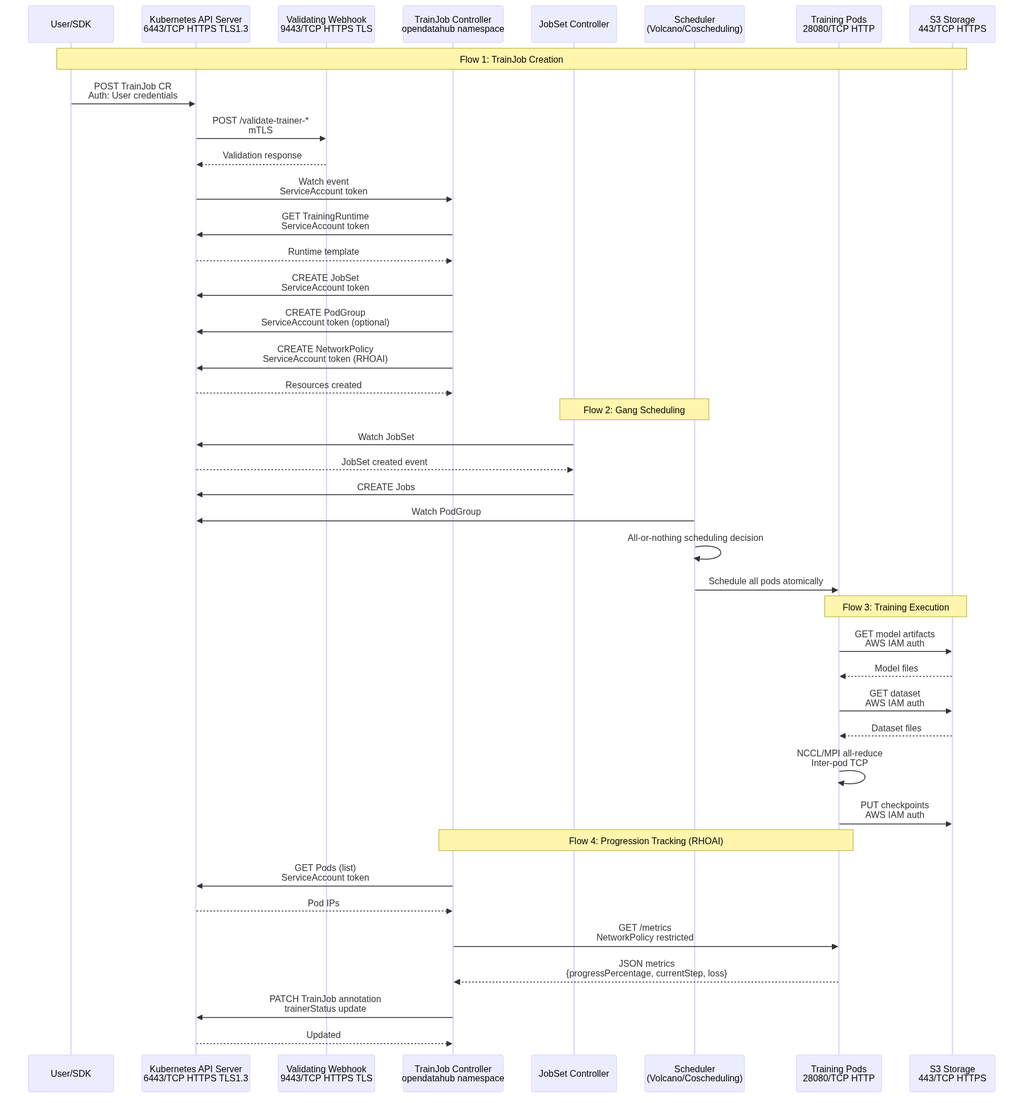
The Mermaid diagram architecture/rhoai-3.3.0/diagrams/trainer-dataflow.png in rhuss/architecture-context, before a commit. Its source is kept beside it as architecture/rhoai-3.3.0/diagrams/trainer-dataflow.mmd. The source it was exported from:
```mermaid
sequenceDiagram
    participant User as User/SDK
    participant API as Kubernetes API Server<br/>6443/TCP HTTPS TLS1.3
    participant Webhook as Validating Webhook<br/>9443/TCP HTTPS TLS
    participant Controller as TrainJob Controller<br/>opendatahub namespace
    participant JobSetCtl as JobSet Controller
    participant Scheduler as Scheduler<br/>(Volcano/Coscheduling)
    participant Pods as Training Pods<br/>28080/TCP HTTP
    participant Storage as S3 Storage<br/>443/TCP HTTPS

    Note over User,Storage: Flow 1: TrainJob Creation

    User->>API: POST TrainJob CR<br/>Auth: User credentials
    API->>Webhook: POST /validate-trainer-*<br/>mTLS
    Webhook-->>API: Validation response
    API->>Controller: Watch event<br/>ServiceAccount token
    Controller->>API: GET TrainingRuntime<br/>ServiceAccount token
    API-->>Controller: Runtime template
    Controller->>API: CREATE JobSet<br/>ServiceAccount token
    Controller->>API: CREATE PodGroup<br/>ServiceAccount token (optional)
    Controller->>API: CREATE NetworkPolicy<br/>ServiceAccount token (RHOAI)
    API-->>Controller: Resources created

    Note over JobSetCtl,Scheduler: Flow 2: Gang Scheduling

    JobSetCtl->>API: Watch JobSet
    API-->>JobSetCtl: JobSet created event
    JobSetCtl->>API: CREATE Jobs
    Scheduler->>API: Watch PodGroup
    Scheduler->>Scheduler: All-or-nothing scheduling decision
    Scheduler->>Pods: Schedule all pods atomically

    Note over Pods,Storage: Flow 3: Training Execution

    Pods->>Storage: GET model artifacts<br/>AWS IAM auth
    Storage-->>Pods: Model files
    Pods->>Storage: GET dataset<br/>AWS IAM auth
    Storage-->>Pods: Dataset files
    Pods->>Pods: NCCL/MPI all-reduce<br/>Inter-pod TCP
    Pods->>Storage: PUT checkpoints<br/>AWS IAM auth

    Note over Controller,Pods: Flow 4: Progression Tracking (RHOAI)

    Controller->>API: GET Pods (list)<br/>ServiceAccount token
    API-->>Controller: Pod IPs
    Controller->>Pods: GET /metrics<br/>NetworkPolicy restricted
    Pods-->>Controller: JSON metrics<br/>{progressPercentage, currentStep, loss}
    Controller->>API: PATCH TrainJob annotation<br/>trainerStatus update
    API-->>Controller: Updated
```
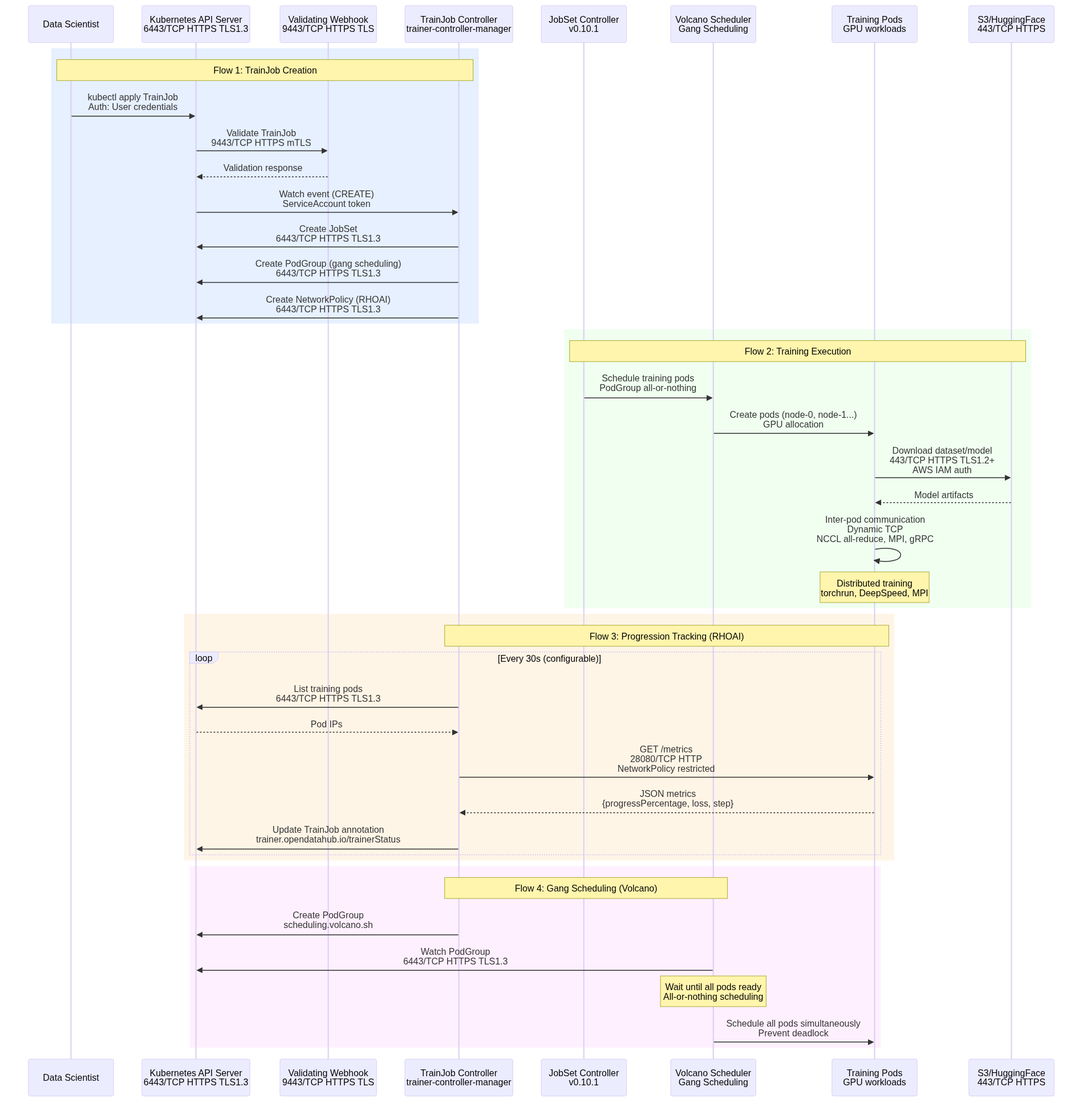
Above is the later version.

The edit, as a diff of the source:
```diff
@@ -1,49 +1,49 @@
 sequenceDiagram
-    participant User as User/SDK
+    participant User as Data Scientist
     participant API as Kubernetes API Server<br/>6443/TCP HTTPS TLS1.3
     participant Webhook as Validating Webhook<br/>9443/TCP HTTPS TLS
-    participant Controller as TrainJob Controller<br/>opendatahub namespace
-    participant JobSetCtl as JobSet Controller
-    participant Scheduler as Scheduler<br/>(Volcano/Coscheduling)
-    participant Pods as Training Pods<br/>28080/TCP HTTP
-    participant Storage as S3 Storage<br/>443/TCP HTTPS
+    participant Controller as TrainJob Controller<br/>trainer-controller-manager
+    participant JobSetCtrl as JobSet Controller<br/>v0.10.1
+    participant Scheduler as Volcano Scheduler<br/>Gang Scheduling
+    participant Pods as Training Pods<br/>GPU workloads
+    participant Storage as S3/HuggingFace<br/>443/TCP HTTPS
 
-    Note over User,Storage: Flow 1: TrainJob Creation
+    rect rgb(230, 240, 255)
+        Note over User,Controller: Flow 1: TrainJob Creation
+        User->>API: kubectl apply TrainJob<br/>Auth: User credentials
+        API->>Webhook: Validate TrainJob<br/>9443/TCP HTTPS mTLS
+        Webhook-->>API: Validation response
+        API->>Controller: Watch event (CREATE)<br/>ServiceAccount token
+        Controller->>API: Create JobSet<br/>6443/TCP HTTPS TLS1.3
+        Controller->>API: Create PodGroup (gang scheduling)<br/>6443/TCP HTTPS TLS1.3
+        Controller->>API: Create NetworkPolicy (RHOAI)<br/>6443/TCP HTTPS TLS1.3
+    end
 
-    User->>API: POST TrainJob CR<br/>Auth: User credentials
-    API->>Webhook: POST /validate-trainer-*<br/>mTLS
-    Webhook-->>API: Validation response
-    API->>Controller: Watch event<br/>ServiceAccount token
-    Controller->>API: GET TrainingRuntime<br/>ServiceAccount token
-    API-->>Controller: Runtime template
-    Controller->>API: CREATE JobSet<br/>ServiceAccount token
-    Controller->>API: CREATE PodGroup<br/>ServiceAccount token (optional)
-    Controller->>API: CREATE NetworkPolicy<br/>ServiceAccount token (RHOAI)
-    API-->>Controller: Resources created
+    rect rgb(240, 255, 240)
+        Note over JobSetCtrl,Storage: Flow 2: Training Execution
+        JobSetCtrl->>Scheduler: Schedule training pods<br/>PodGroup all-or-nothing
+        Scheduler->>Pods: Create pods (node-0, node-1...)<br/>GPU allocation
+        Pods->>Storage: Download dataset/model<br/>443/TCP HTTPS TLS1.2+<br/>AWS IAM auth
+        Storage-->>Pods: Model artifacts
+        Pods->>Pods: Inter-pod communication<br/>Dynamic TCP<br/>NCCL all-reduce, MPI, gRPC
+        Note over Pods: Distributed training<br/>torchrun, DeepSpeed, MPI
+    end
 
-    Note over JobSetCtl,Scheduler: Flow 2: Gang Scheduling
+    rect rgb(255, 245, 230)
+        Note over Controller,Pods: Flow 3: Progression Tracking (RHOAI)
+        loop Every 30s (configurable)
+            Controller->>API: List training pods<br/>6443/TCP HTTPS TLS1.3
+            API-->>Controller: Pod IPs
+            Controller->>Pods: GET /metrics<br/>28080/TCP HTTP<br/>NetworkPolicy restricted
+            Pods-->>Controller: JSON metrics<br/>{progressPercentage, loss, step}
+            Controller->>API: Update TrainJob annotation<br/>trainer.opendatahub.io/trainerStatus
+        end
+    end
 
-    JobSetCtl->>API: Watch JobSet
-    API-->>JobSetCtl: JobSet created event
-    JobSetCtl->>API: CREATE Jobs
-    Scheduler->>API: Watch PodGroup
-    Scheduler->>Scheduler: All-or-nothing scheduling decision
-    Scheduler->>Pods: Schedule all pods atomically
-
-    Note over Pods,Storage: Flow 3: Training Execution
-
-    Pods->>Storage: GET model artifacts<br/>AWS IAM auth
-    Storage-->>Pods: Model files
-    Pods->>Storage: GET dataset<br/>AWS IAM auth
-    Storage-->>Pods: Dataset files
-    Pods->>Pods: NCCL/MPI all-reduce<br/>Inter-pod TCP
-    Pods->>Storage: PUT checkpoints<br/>AWS IAM auth
-
-    Note over Controller,Pods: Flow 4: Progression Tracking (RHOAI)
-
-    Controller->>API: GET Pods (list)<br/>ServiceAccount token
-    API-->>Controller: Pod IPs
-    Controller->>Pods: GET /metrics<br/>NetworkPolicy restricted
-    Pods-->>Controller: JSON metrics<br/>{progressPercentage, currentStep, loss}
-    Controller->>API: PATCH TrainJob annotation<br/>trainerStatus update
-    API-->>Controller: Updated
+    rect rgb(255, 240, 255)
+        Note over Controller,Scheduler: Flow 4: Gang Scheduling (Volcano)
+        Controller->>API: Create PodGroup<br/>scheduling.volcano.sh
+        Scheduler->>API: Watch PodGroup<br/>6443/TCP HTTPS TLS1.3
+        Note over Scheduler: Wait until all pods ready<br/>All-or-nothing scheduling
+        Scheduler->>Pods: Schedule all pods simultaneously<br/>Prevent deadlock
+    end
```
